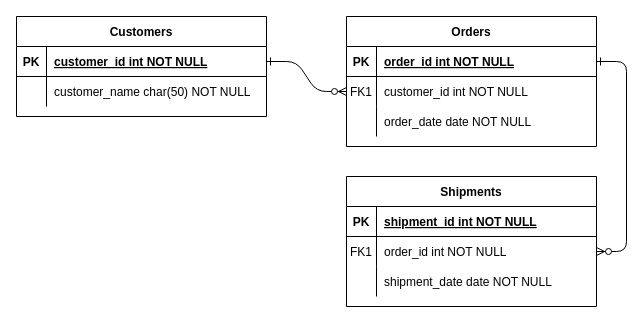
Above: Диаграмма без названия.drawio in MoutanDeew/Database (draw.io), before the change. Source tidied: cells renumbered, new cells numbered last; positions are measured from the earlier drawing's top-left corner, leaving out a move shared by most shapes. Both pictures are drawn from the tidied source at 100%, with x=0, y=0 at pixel (16, 16).
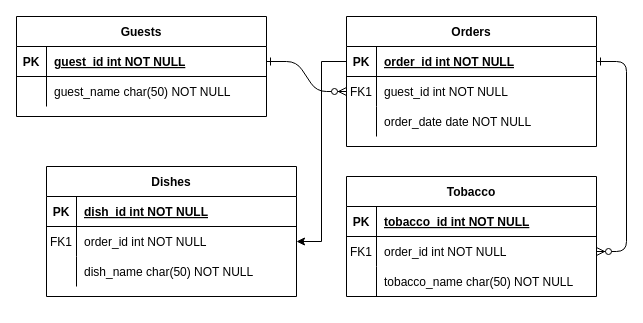
Above is the later version.

Commit message:
Обновление Диаграммы кальянная.drawio

Unchanged cells that the change refers to:
```xml
<mxCell id="5" style="shape=partialRectangle;fillColor=none;points=[[0,0.5],[1,0.5]];portConstraint=eastwest;top=0;left=0;right=0;bottom=1;" parent="4" vertex="1">
  <mxGeometry y="30" width="250" height="30" as="geometry" />
</mxCell>
<mxCell id="8" style="shape=partialRectangle;fillColor=none;points=[[0,0.5],[1,0.5]];portConstraint=eastwest;top=0;left=0;right=0;bottom=0;" parent="4" vertex="1">
  <mxGeometry y="60" width="250" height="30" as="geometry" />
</mxCell>
<mxCell id="15" style="shape=partialRectangle;fillColor=none;top=0;left=0;right=0;bottom=1;" parent="14" vertex="1">
  <mxGeometry y="30" width="250" height="30" as="geometry" />
</mxCell>
<mxCell id="21" style="shape=partialRectangle;fillColor=none;top=0;left=0;right=0;bottom=0;" parent="14" vertex="1">
  <mxGeometry y="90" width="250" height="30" as="geometry" />
</mxCell>
<mxCell id="25" style="shape=partialRectangle;fillColor=none;points=[[0,0.5],[1,0.5]];portConstraint=eastwest;top=0;left=0;right=0;bottom=1;" parent="24" vertex="1">
  <mxGeometry y="30" width="250" height="30" as="geometry" />
</mxCell>
<mxCell id="28" style="shape=partialRectangle;fillColor=none;top=0;left=0;right=0;bottom=0;" parent="24" vertex="1">
  <mxGeometry y="60" width="250" height="30" as="geometry" />
</mxCell>
```

Change to the diagram source:
```diff
@@
-    <mxCell id="10" value="customer_id int NOT NULL" style="shape=partialRectangle;overflow=hidden;fillColor=none;top=0;left=0;bottom=0;right=0;align=left;spacingLeft=6;" parent="8" vertex="1">
+    <mxCell id="10" value="guest_id int NOT NULL" style="shape=partialRectangle;overflow=hidden;fillColor=none;top=0;left=0;bottom=0;right=0;align=left;spacingLeft=6;" parent="8" vertex="1">
       <mxGeometry x="30" width="220" height="30" as="geometry" />
     </mxCell>
@@
-    <mxCell id="14" value="Shipments" style="shape=table;startSize=30;childLayout=tableLayout;rowLines=0;fontStyle=1;align=center;" parent="1" vertex="1">
-      <mxGeometry x="330" y="160" width="250" height="130" as="geometry" />
+    <mxCell id="14" value="Tobacco" style="shape=table;startSize=30;childLayout=tableLayout;rowLines=0;fontStyle=1;align=center;" parent="1" vertex="1">
+      <mxGeometry x="330" y="160" width="250" height="120" as="geometry" />
     </mxCell>
@@
-    <mxCell id="17" value="shipment_id int NOT NULL " style="shape=partialRectangle;overflow=hidden;fillColor=none;top=0;left=0;bottom=0;right=0;align=left;spacingLeft=6;fontStyle=5;" parent="15" vertex="1">
+    <mxCell id="17" value="tobacco_id int NOT NULL " style="shape=partialRectangle;overflow=hidden;fillColor=none;top=0;left=0;bottom=0;right=0;align=left;spacingLeft=6;fontStyle=5;" parent="15" vertex="1">
       <mxGeometry x="30" width="220" height="30" as="geometry" />
     </mxCell>
@@
-    <mxCell id="23" value="shipment_date date NOT NULL" style="shape=partialRectangle;overflow=hidden;fillColor=none;top=0;left=0;bottom=0;right=0;align=left;spacingLeft=6;" parent="21" vertex="1">
+    <mxCell id="23" value="tobacco_name char(50) NOT NULL" style="shape=partialRectangle;overflow=hidden;fillColor=none;top=0;left=0;bottom=0;right=0;align=left;spacingLeft=6;" parent="21" vertex="1">
       <mxGeometry x="30" width="220" height="30" as="geometry" />
     </mxCell>
-    <mxCell id="24" value="Customers" style="shape=table;startSize=30;childLayout=tableLayout;rowLines=0;fontStyle=1;align=center;" parent="1" vertex="1">
+    <mxCell id="24" value="Guests" style="shape=table;startSize=30;childLayout=tableLayout;rowLines=0;fontStyle=1;align=center;" parent="1" vertex="1">
       <mxGeometry width="250" height="100" as="geometry" />
     </mxCell>
@@
-    <mxCell id="27" value="customer_id int NOT NULL " style="shape=partialRectangle;overflow=hidden;fillColor=none;top=0;left=0;bottom=0;right=0;align=left;spacingLeft=6;fontStyle=5;" parent="25" vertex="1">
+    <mxCell id="27" value="guest_id int NOT NULL " style="shape=partialRectangle;overflow=hidden;fillColor=none;top=0;left=0;bottom=0;right=0;align=left;spacingLeft=6;fontStyle=5;" parent="25" vertex="1">
       <mxGeometry x="30" width="220" height="30" as="geometry" />
     </mxCell>
@@
-    <mxCell id="30" value="customer_name char(50) NOT NULL" style="shape=partialRectangle;overflow=hidden;fillColor=none;top=0;left=0;bottom=0;right=0;align=left;spacingLeft=6;" parent="28" vertex="1">
+    <mxCell id="30" value="guest_name char(50) NOT NULL" style="shape=partialRectangle;overflow=hidden;fillColor=none;top=0;left=0;bottom=0;right=0;align=left;spacingLeft=6;" parent="28" vertex="1">
       <mxGeometry x="30" width="220" height="30" as="geometry" />
     </mxCell>
+    <mxCell id="31" value="Dishes" style="shape=table;startSize=30;childLayout=tableLayout;rowLines=0;fontStyle=1;align=center;" parent="1" vertex="1">
+      <mxGeometry x="30" y="150" width="250" height="130" as="geometry" />
+    </mxCell>
+    <mxCell id="32" style="shape=partialRectangle;fillColor=none;top=0;left=0;right=0;bottom=1;" parent="31" vertex="1">
+      <mxGeometry y="30" width="250" height="30" as="geometry" />
+    </mxCell>
+    <mxCell id="33" value="PK" style="shape=partialRectangle;overflow=hidden;fillColor=none;top=0;left=0;bottom=0;right=0;fontStyle=1;" parent="32" vertex="1">
+      <mxGeometry width="30" height="30" as="geometry" />
+    </mxCell>
+    <mxCell id="34" value="dish_id int NOT NULL " style="shape=partialRectangle;overflow=hidden;fillColor=none;top=0;left=0;bottom=0;right=0;align=left;spacingLeft=6;fontStyle=5;" parent="32" vertex="1">
+      <mxGeometry x="30" width="220" height="30" as="geometry" />
+    </mxCell>
+    <mxCell id="35" style="shape=partialRectangle;fillColor=none;points=[[0,0.5],[1,0.5]];portConstraint=eastwest;top=0;left=0;right=0;bottom=0;" parent="31" vertex="1">
+      <mxGeometry y="60" width="250" height="30" as="geometry" />
+    </mxCell>
+    <mxCell id="36" value="FK1" style="shape=partialRectangle;overflow=hidden;fillColor=none;top=0;left=0;bottom=0;right=0;" parent="35" vertex="1">
+      <mxGeometry width="30" height="30" as="geometry" />
+    </mxCell>
+    <mxCell id="37" value="order_id int NOT NULL" style="shape=partialRectangle;overflow=hidden;fillColor=none;top=0;left=0;bottom=0;right=0;align=left;spacingLeft=6;" parent="35" vertex="1">
+      <mxGeometry x="30" width="220" height="30" as="geometry" />
+    </mxCell>
+    <mxCell id="38" style="shape=partialRectangle;fillColor=none;top=0;left=0;right=0;bottom=0;" parent="31" vertex="1">
+      <mxGeometry y="90" width="250" height="30" as="geometry" />
+    </mxCell>
+    <mxCell id="39" style="shape=partialRectangle;overflow=hidden;fillColor=none;top=0;left=0;bottom=0;right=0;" parent="38" vertex="1">
+      <mxGeometry width="30" height="30" as="geometry" />
+    </mxCell>
+    <mxCell id="40" value="dish_name char(50) NOT NULL" style="shape=partialRectangle;overflow=hidden;fillColor=none;top=0;left=0;bottom=0;right=0;align=left;spacingLeft=6;" parent="38" vertex="1">
+      <mxGeometry x="30" width="220" height="30" as="geometry" />
+    </mxCell>
+    <mxCell id="41" style="edgeStyle=orthogonalEdgeStyle;rounded=0;jettySize=auto;html=1;exitX=0;exitY=0.5;exitDx=0;exitDy=0;" parent="1" edge="1" source="5" target="35">
+      <mxGeometry relative="1" as="geometry" />
+    </mxCell>
```
